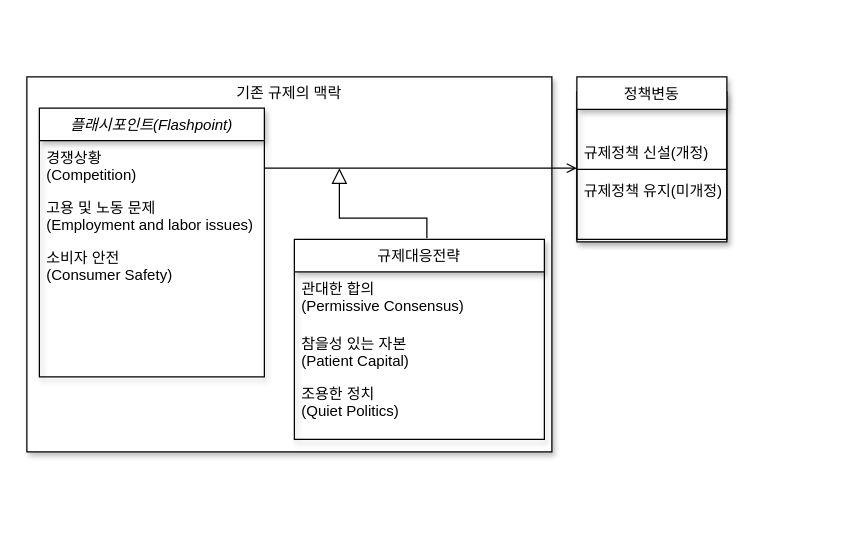
Before: Diagram_Class.drawio in kjsang/analysis.coupang, a draw.io diagram. Source tidied: cells renumbered, new cells numbered last; positions are measured from the earlier drawing's top-left corner, leaving out a move shared by most shapes. Both pictures are drawn from the tidied source at 125%, with x=0, y=0 at pixel (26, 76).
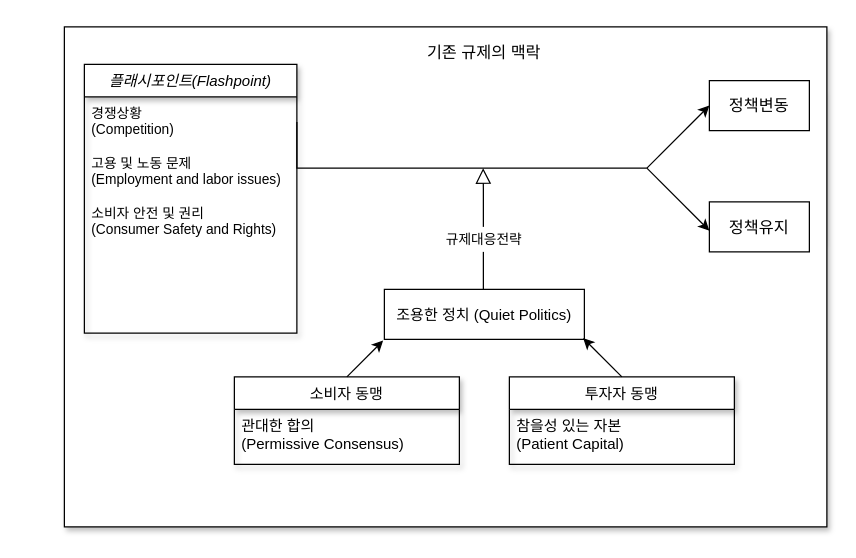
The same page after the edit.

Diff of the diagram source:
```diff
@@
     <mxCell id="2" style="rounded=0;whiteSpace=wrap;html=1;shadow=1;" parent="1" vertex="1">
-      <mxGeometry x="440" y="12" width="120" height="120" as="geometry" />
+      <mxGeometry x="516" y="12" width="120" height="120" as="geometry" />
     </mxCell>
     <mxCell id="3" style="rounded=0;whiteSpace=wrap;html=1;shadow=1;" parent="1" vertex="1">
-      <mxGeometry width="420" height="300" as="geometry" />
+      <mxGeometry x="30" y="-40" width="610" height="400" as="geometry" />
     </mxCell>
     <mxCell id="4" value="플래시포인트(Flashpoint)" style="swimlane;fontStyle=2;align=center;verticalAlign=top;horizontal=1;startSize=26;rounded=0;shadow=1;strokeWidth=1;" parent="1" vertex="1">
-      <mxGeometry x="10" y="25" width="180" height="215" as="geometry" />
+      <mxGeometry x="46" y="-10" width="170" height="215" as="geometry" />
     </mxCell>
-    <mxCell id="5" value="경쟁상황&#10;(Competition)&#10;  " style="text;align=left;verticalAlign=top;spacingLeft=4;spacingRight=4;overflow=hidden;points=[[0,0.5],[1,0.5]];portConstraint=eastwest;rounded=0;shadow=0;html=0;" parent="4" vertex="1">
-      <mxGeometry y="26" width="180" height="40" as="geometry" />
+    <mxCell id="5" value="경쟁상황&#10;(Competition)&#10;  " style="text;align=left;verticalAlign=top;spacingLeft=4;spacingRight=4;overflow=hidden;points=[[0,0.5],[1,0.5]];portConstraint=eastwest;rounded=0;shadow=0;html=0;fontSize=11;" parent="4" vertex="1">
+      <mxGeometry y="26" width="170" height="40" as="geometry" />
     </mxCell>
-    <mxCell id="6" value="고용 및 노동 문제&#10;(Employment and labor issues) &#10;&#10;  " style="text;align=left;verticalAlign=top;spacingLeft=4;spacingRight=4;overflow=hidden;rounded=0;shadow=0;html=0;" parent="4" vertex="1">
-      <mxGeometry y="66" width="180" height="40" as="geometry" />
+    <mxCell id="6" value="고용 및 노동 문제&#10;(Employment and labor issues) &#10;&#10;  " style="text;align=left;verticalAlign=top;spacingLeft=4;spacingRight=4;overflow=hidden;rounded=0;shadow=0;html=0;fontSize=11;" parent="4" vertex="1">
+      <mxGeometry y="66" width="170" height="40" as="geometry" />
     </mxCell>
-    <mxCell id="7" value="소비자 안전&#10;(Consumer Safety)&#10;  " style="text;align=left;verticalAlign=top;spacingLeft=4;spacingRight=4;overflow=hidden;rounded=0;shadow=0;html=0;" parent="4" vertex="1">
-      <mxGeometry y="106" width="180" height="40" as="geometry" />
+    <mxCell id="7" value="소비자 안전 및 권리&#10;(Consumer Safety and Rights)&#10;  " style="text;align=left;verticalAlign=top;spacingLeft=4;spacingRight=4;overflow=hidden;rounded=0;shadow=0;html=0;fontSize=11;" parent="4" vertex="1">
+      <mxGeometry y="106" width="170" height="40" as="geometry" />
     </mxCell>
-    <mxCell id="8" value="규제대응전략" style="swimlane;fontStyle=0;align=center;verticalAlign=top;horizontal=1;startSize=26;rounded=0;shadow=1;strokeWidth=1;" parent="1" vertex="1">
-      <mxGeometry x="214" y="130" width="200" height="160" as="geometry" />
+    <mxCell id="8" value="투자자 동맹" style="swimlane;fontStyle=0;align=center;verticalAlign=top;horizontal=1;startSize=26;rounded=0;shadow=1;strokeWidth=1;" parent="1" vertex="1">
+      <mxGeometry x="386" y="240" width="180" height="70" as="geometry" />
     </mxCell>
-    <mxCell id="9" value="관대한 합의&#10;(Permissive Consensus)" style="text;align=left;verticalAlign=top;spacingLeft=4;spacingRight=4;overflow=hidden;" parent="8" vertex="1">
-      <mxGeometry y="26" width="200" height="44" as="geometry" />
-    </mxCell>
     <mxCell id="10" value="참을성 있는 자본&#10;(Patient Capital)" style="text;align=left;verticalAlign=top;spacingLeft=4;spacingRight=4;overflow=hidden;" parent="8" vertex="1">
-      <mxGeometry y="70" width="200" height="40" as="geometry" />
+      <mxGeometry y="26" width="180" height="40" as="geometry" />
     </mxCell>
-    <mxCell id="11" value="조용한 정치&#10;(Quiet Politics)" style="text;align=left;verticalAlign=top;spacingLeft=4;spacingRight=4;overflow=hidden;points=[[0,0.5],[1,0.5]];portConstraint=eastwest;" parent="8" vertex="1">
-      <mxGeometry y="110" width="200" height="40" as="geometry" />
-    </mxCell>
-    <mxCell id="12" style="endArrow=block;endSize=10;endFill=0;shadow=0;strokeWidth=1;rounded=0;edgeStyle=elbowEdgeStyle;elbow=vertical;" parent="1" edge="1">
+    <mxCell id="12" style="endArrow=block;endSize=10;endFill=0;shadow=0;strokeWidth=1;rounded=0;edgeStyle=elbowEdgeStyle;elbow=vertical;exitX=0.495;exitY=0.025;exitDx=0;exitDy=0;exitPerimeter=0;" parent="1" edge="1" source="11">
       <mxGeometry relative="1" as="geometry">
-        <mxPoint x="320" y="129" as="sourcePoint" />
-        <mxPoint x="250" y="73" as="targetPoint" />
+        <mxPoint x="365" y="73" as="targetPoint" />
         <Array as="points">
-          <mxPoint x="290" y="113" />
-          <mxPoint x="410" y="143" />
-          <mxPoint x="140" y="157" />
+          <mxPoint x="356" y="90" />
+          <mxPoint x="366" y="113" />
+          <mxPoint x="486" y="143" />
+          <mxPoint x="216" y="157" />
         </Array>
       </mxGeometry>
     </mxCell>
-    <mxCell id="13" value="정책변동" style="swimlane;fontStyle=0;align=center;verticalAlign=top;horizontal=1;startSize=26;rounded=0;shadow=1;strokeWidth=1;glass=0;sketch=0;" parent="1" vertex="1">
-      <mxGeometry x="440" width="120" height="130" as="geometry" />
-    </mxCell>
-    <mxCell id="14" value="규제정책 신설(개정)" style="text;align=left;verticalAlign=bottom;spacingLeft=4;spacingRight=4;overflow=hidden;rounded=0;shadow=0;html=0;" parent="13" vertex="1">
-      <mxGeometry y="26" width="120" height="44" as="geometry" />
-    </mxCell>
-    <mxCell id="15" style="line;html=1;strokeWidth=1;align=left;verticalAlign=middle;spacingTop=-1;spacingLeft=3;spacingRight=3;labelPosition=right;" parent="13" vertex="1">
-      <mxGeometry y="70" width="120" height="8" as="geometry" />
-    </mxCell>
-    <mxCell id="16" value="규제정책 유지(미개정)" style="text;align=left;verticalAlign=top;spacingLeft=4;spacingRight=4;overflow=hidden;rounded=0;shadow=0;html=0;" parent="13" vertex="1">
-      <mxGeometry y="78" width="120" height="26" as="geometry" />
-    </mxCell>
-    <mxCell id="17" style="endArrow=open;shadow=0;strokeWidth=1;rounded=0;endFill=1;edgeStyle=elbowEdgeStyle;elbow=vertical;" parent="1" edge="1">
+    <mxCell id="17" style="endArrow=none;shadow=0;strokeWidth=1;rounded=0;endFill=0;edgeStyle=elbowEdgeStyle;elbow=vertical;exitX=1;exitY=0.5;exitDx=0;exitDy=0;" parent="1" edge="1" source="5">
       <mxGeometry x="0.5" y="41" relative="1" as="geometry">
-        <mxPoint x="190" y="73" as="sourcePoint" />
-        <mxPoint x="440" y="73" as="targetPoint" />
+        <mxPoint x="496" y="73" as="targetPoint" />
         <Array as="points">
-          <mxPoint x="430" y="73" />
-          <mxPoint x="230" y="73" />
-          <mxPoint x="350" y="63" />
-          <mxPoint x="330" y="33" />
-          <mxPoint x="280" y="53" />
+          <mxPoint x="506" y="73" />
+          <mxPoint x="506" y="73" />
+          <mxPoint x="306" y="73" />
+          <mxPoint x="426" y="63" />
+          <mxPoint x="406" y="33" />
+          <mxPoint x="356" y="53" />
         </Array>
         <mxPoint x="-40" y="32" as="offset" />
       </mxGeometry>
     </mxCell>
-    <mxCell id="18" value="기존 규제의 맥락" style="text;html=1;strokeColor=none;fillColor=none;align=center;verticalAlign=middle;whiteSpace=wrap;rounded=0;shadow=1;" parent="1" vertex="1">
-      <mxGeometry x="137" y="3" width="146" height="20" as="geometry" />
+    <mxCell id="18" value="기존 규제의 맥락" style="text;html=1;strokeColor=none;fillColor=none;align=center;verticalAlign=middle;whiteSpace=wrap;rounded=0;shadow=1;fontSize=13;" parent="1" vertex="1">
+      <mxGeometry x="293" y="-30" width="146" height="20" as="geometry" />
     </mxCell>
+    <mxCell id="19" value="규제대응전략" style="text;html=1;align=center;verticalAlign=middle;whiteSpace=wrap;rounded=0;fontSize=11;fillColor=#ffffff;" parent="1" vertex="1">
+      <mxGeometry x="326" y="120" width="80" height="20" as="geometry" />
+    </mxCell>
+    <mxCell id="20" value="소비자 동맹" style="swimlane;fontStyle=0;align=center;verticalAlign=top;horizontal=1;startSize=26;rounded=0;shadow=1;strokeWidth=1;" parent="1" vertex="1">
+      <mxGeometry x="166" y="240" width="180" height="70" as="geometry" />
+    </mxCell>
+    <mxCell id="9" value="관대한 합의&#10;(Permissive Consensus)&#10;" style="text;align=left;verticalAlign=top;spacingLeft=4;spacingRight=4;overflow=hidden;" parent="20" vertex="1">
+      <mxGeometry y="26" width="180" height="44" as="geometry" />
+    </mxCell>
+    <mxCell id="21" style="rounded=0;whiteSpace=wrap;html=1;fontSize=11;fillColor=#ffffff;align=left;verticalAlign=bottom;" parent="1" vertex="1">
+      <mxGeometry x="286" y="170" width="160" height="40" as="geometry" />
+    </mxCell>
+    <mxCell id="11" value="조용한 정치 (Quiet Politics)" style="text;align=center;verticalAlign=middle;spacingLeft=4;spacingRight=4;overflow=hidden;points=[[0,0.5],[1,0.5]];portConstraint=eastwest;" parent="1" vertex="1">
+      <mxGeometry x="286" y="170" width="160" height="40" as="geometry" />
+    </mxCell>
+    <mxCell id="22" style="endArrow=classic;html=1;fontSize=13;" parent="1" edge="1">
+      <mxGeometry relative="1" as="geometry">
+        <mxPoint x="256" y="240" as="sourcePoint" />
+        <mxPoint x="285" y="211" as="targetPoint" />
+      </mxGeometry>
+    </mxCell>
+    <mxCell id="23" style="endArrow=classic;html=1;fontSize=13;" parent="1" edge="1">
+      <mxGeometry relative="1" as="geometry">
+        <mxPoint x="476" y="240" as="sourcePoint" />
+        <mxPoint x="445" y="209" as="targetPoint" />
+      </mxGeometry>
+    </mxCell>
+    <mxCell id="13" value="정책변동" style="text;html=1;align=center;verticalAlign=middle;whiteSpace=wrap;rounded=0;fontSize=13;strokeColor=#000000;fillColor=#ffffff;" parent="1" vertex="1">
+      <mxGeometry x="546" y="3" width="80" height="40" as="geometry" />
+    </mxCell>
+    <mxCell id="24" value="정책유지" style="text;html=1;align=center;verticalAlign=middle;whiteSpace=wrap;rounded=0;fontSize=13;strokeColor=#000000;fillColor=#ffffff;" parent="1" vertex="1">
+      <mxGeometry x="546" y="100" width="80" height="40" as="geometry" />
+    </mxCell>
+    <mxCell id="25" style="endArrow=classic;html=1;fontSize=13;" parent="1" edge="1">
+      <mxGeometry relative="1" as="geometry">
+        <mxPoint x="496" y="73" as="sourcePoint" />
+        <mxPoint x="546" y="23" as="targetPoint" />
+      </mxGeometry>
+    </mxCell>
+    <mxCell id="26" style="endArrow=classic;html=1;fontSize=13;entryX=0;entryY=0.5;entryDx=0;entryDy=0;" parent="1" edge="1">
+      <mxGeometry relative="1" as="geometry">
+        <mxPoint x="496" y="73" as="sourcePoint" />
+        <mxPoint x="546" y="123" as="targetPoint" />
+      </mxGeometry>
+    </mxCell>
```
